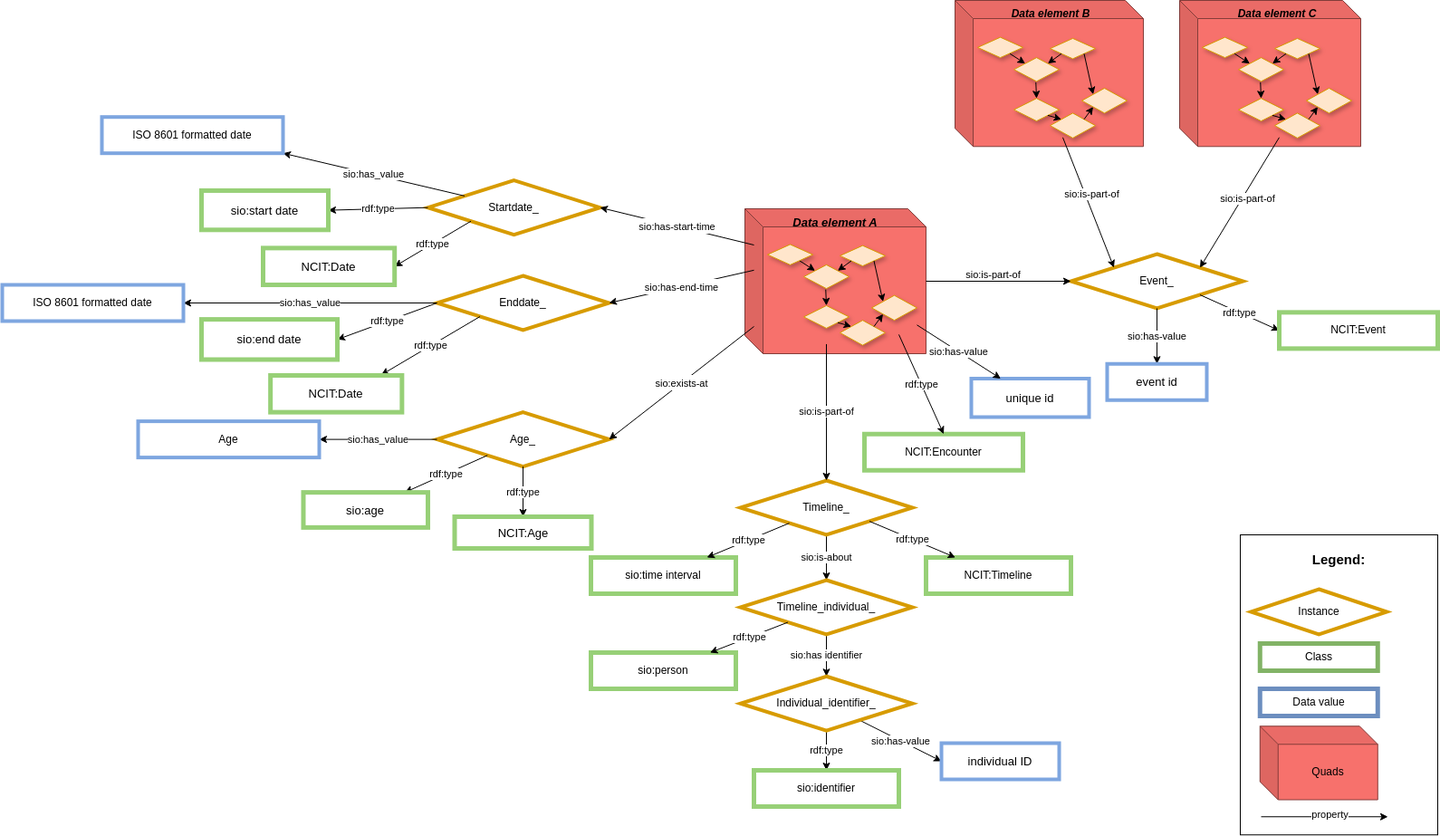
Before: images/CARE-SM-Context.png, a diagram exported from draw.io (CARE-SM/CARE-Semantic-Model). Source tidied: cells renumbered, new cells last; positions are measured from the earlier drawing's top-left corner, leaving out a move shared by most shapes.
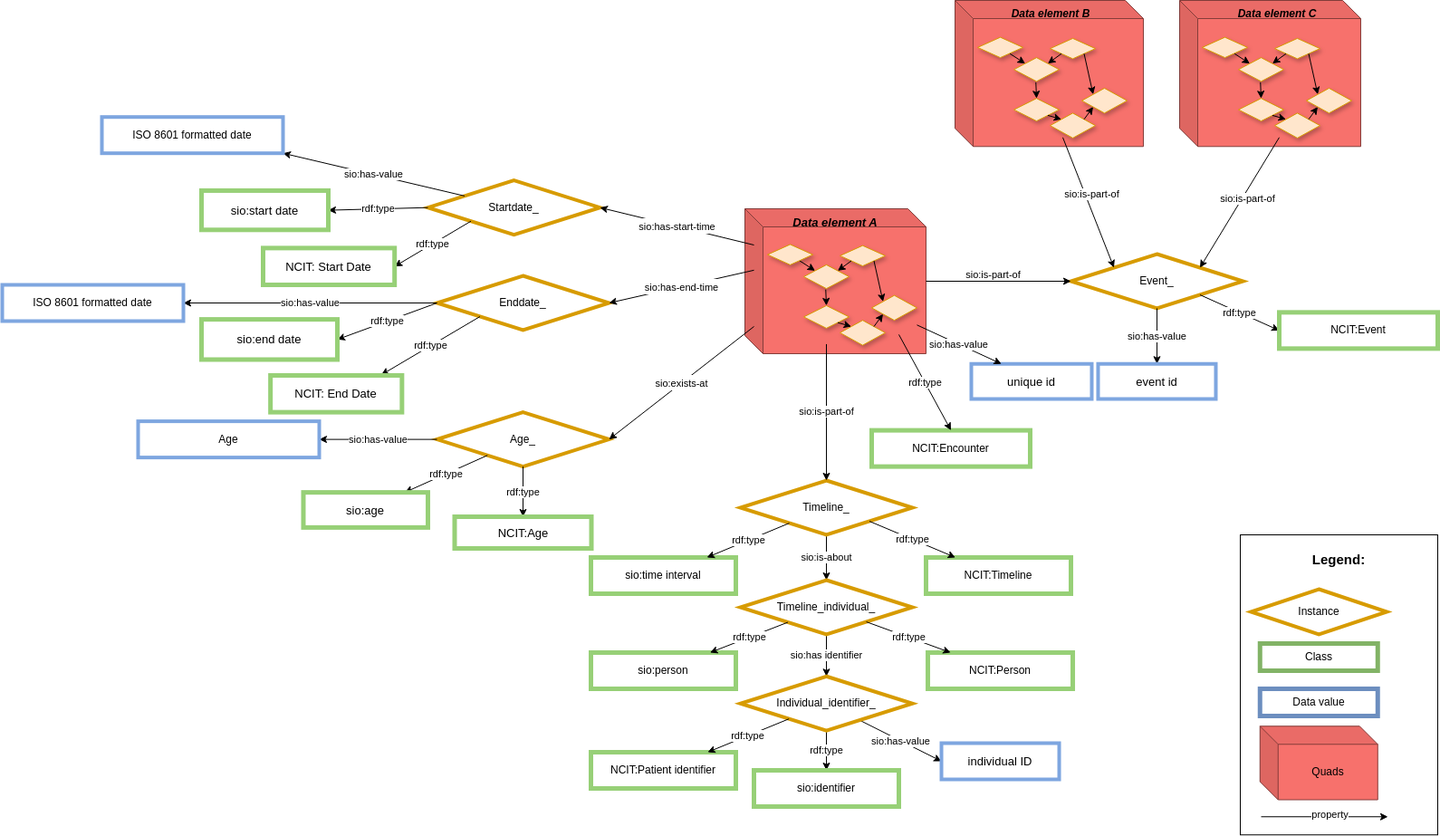
Later version of the same file.

Change to the diagram source:
```diff
@@ -45,16 +45,16 @@
       <mxGeometry x="1020" y="615" width="160" height="40" as="geometry" />
     </mxCell>
     <mxCell id="16" value="NCIT:Encounter" style="whiteSpace=wrap;html=1;fillColor=#FFFFFF;strokeColor=#97D077;strokeWidth=5;" parent="1" vertex="1">
-      <mxGeometry x="952" y="478.8" width="175" height="40" as="geometry" />
+      <mxGeometry x="960" y="474.6" width="175" height="40" as="geometry" />
     </mxCell>
     <mxCell id="17" value="&lt;div&gt;&lt;font size=&quot;2&quot;&gt;unique id&lt;/font&gt;&lt;/div&gt;" style="whiteSpace=wrap;html=1;fillColor=#FFFFFF;strokeColor=#7EA6E0;strokeWidth=4;" parent="1" vertex="1">
-      <mxGeometry x="1070" y="417.5" width="130" height="42.5" as="geometry" />
+      <mxGeometry x="1070" y="401.2" width="133" height="38.8" as="geometry" />
     </mxCell>
     <mxCell id="18" value="sio:has-value" style="edgeStyle=none;rounded=0;jettySize=auto;html=1;entryX=0.5;entryY=0;entryDx=0;entryDy=0;exitX=0.5;exitY=1;exitDx=0;exitDy=0;" parent="1" edge="1" source="10" target="19">
       <mxGeometry relative="1" as="geometry" />
     </mxCell>
     <mxCell id="19" value="&lt;div&gt;&lt;font size=&quot;2&quot;&gt;event id&lt;/font&gt;&lt;/div&gt;" style="whiteSpace=wrap;html=1;fillColor=#FFFFFF;strokeColor=#7EA6E0;strokeWidth=4;" parent="1" vertex="1">
-      <mxGeometry x="1220" y="401.2" width="110" height="40" as="geometry" />
+      <mxGeometry x="1210" y="401.2" width="130" height="38.8" as="geometry" />
     </mxCell>
     <mxCell id="20" value="Age_" style="rhombus;whiteSpace=wrap;html=1;fillColor=#FFFFFF;strokeColor=#D79B00;strokeWidth=4;" parent="1" vertex="1">
       <mxGeometry x="480" y="454.6" width="190" height="60" as="geometry" />
@@ -62,7 +62,7 @@
     <mxCell id="21" value="rdf:type" style="edgeStyle=none;rounded=0;jettySize=auto;html=1;" parent="1" edge="1" source="20" target="24">
       <mxGeometry relative="1" as="geometry" />
     </mxCell>
-    <mxCell id="22" value="sio:has_value" style="edgeStyle=none;rounded=0;jettySize=auto;html=1;entryX=1;entryY=0.5;entryDx=0;entryDy=0;" parent="1" edge="1" source="20" target="23">
+    <mxCell id="22" value="sio:has-value" style="edgeStyle=none;rounded=0;jettySize=auto;html=1;entryX=1;entryY=0.5;entryDx=0;entryDy=0;" parent="1" edge="1" source="20" target="23">
       <mxGeometry relative="1" as="geometry" />
     </mxCell>
     <mxCell id="23" value="Age" style="whiteSpace=wrap;html=1;fillColor=#FFFFFF;strokeColor=#7EA6E0;strokeWidth=4;" parent="1" vertex="1">
@@ -261,13 +261,13 @@
     <mxCell id="85" value="&lt;font size=&quot;2&quot;&gt;sio:end date&lt;/font&gt;" style="whiteSpace=wrap;html=1;fillColor=#FFFFFF;strokeColor=#97D077;strokeWidth=5;imageWidth=24;" parent="1" vertex="1">
       <mxGeometry x="220" y="352.1" width="150" height="44.4" as="geometry" />
     </mxCell>
-    <mxCell id="86" value="sio:has_value" style="edgeStyle=none;rounded=0;jettySize=auto;html=1;entryX=1;entryY=1;entryDx=0;entryDy=0;" parent="1" edge="1" source="80" target="87">
+    <mxCell id="86" value="sio:has-value" style="edgeStyle=none;rounded=0;jettySize=auto;html=1;entryX=1;entryY=1;entryDx=0;entryDy=0;" parent="1" edge="1" source="80" target="87">
       <mxGeometry relative="1" as="geometry" />
     </mxCell>
     <mxCell id="87" value="ISO 8601 formatted date" style="whiteSpace=wrap;html=1;fillColor=#FFFFFF;strokeColor=#7EA6E0;strokeWidth=4;" parent="1" vertex="1">
       <mxGeometry x="110" y="128.7" width="200" height="40" as="geometry" />
     </mxCell>
-    <mxCell id="88" value="sio:has_value" style="edgeStyle=none;rounded=0;jettySize=auto;html=1;exitX=0;exitY=0.5;exitDx=0;exitDy=0;" parent="1" edge="1" source="83" target="89">
+    <mxCell id="88" value="sio:has-value" style="edgeStyle=none;rounded=0;jettySize=auto;html=1;exitX=0;exitY=0.5;exitDx=0;exitDy=0;" parent="1" edge="1" source="83" target="89">
       <mxGeometry relative="1" as="geometry" />
     </mxCell>
     <mxCell id="89" value="ISO 8601 formatted date" style="whiteSpace=wrap;html=1;fillColor=#FFFFFF;strokeColor=#7EA6E0;strokeWidth=4;" parent="1" vertex="1">
@@ -276,13 +276,13 @@
     <mxCell id="90" value="rdf:type" style="edgeStyle=none;rounded=0;jettySize=auto;html=1;entryX=0.842;entryY=-0.014;entryDx=0;entryDy=0;exitX=0;exitY=1;exitDx=0;exitDy=0;entryPerimeter=0;" parent="1" edge="1" source="83" target="91">
       <mxGeometry relative="1" as="geometry" />
     </mxCell>
-    <mxCell id="91" value="&lt;font size=&quot;2&quot;&gt;NCIT:Date&lt;/font&gt;" style="whiteSpace=wrap;html=1;fillColor=#FFFFFF;strokeColor=#97D077;strokeWidth=5;" parent="1" vertex="1">
+    <mxCell id="91" value="&lt;font size=&quot;2&quot;&gt;NCIT: End Date&lt;/font&gt;" style="whiteSpace=wrap;html=1;fillColor=#FFFFFF;strokeColor=#97D077;strokeWidth=5;" parent="1" vertex="1">
       <mxGeometry x="296.2" y="414" width="145.2" height="40.6" as="geometry" />
     </mxCell>
     <mxCell id="92" value="rdf:type" style="edgeStyle=none;rounded=0;jettySize=auto;html=1;entryX=1;entryY=0.5;entryDx=0;entryDy=0;exitX=0;exitY=1;exitDx=0;exitDy=0;" parent="1" edge="1" source="80" target="93">
       <mxGeometry relative="1" as="geometry" />
     </mxCell>
-    <mxCell id="93" value="&lt;font size=&quot;2&quot;&gt;NCIT:Date&lt;/font&gt;" style="whiteSpace=wrap;html=1;fillColor=#FFFFFF;strokeColor=#97D077;strokeWidth=5;" parent="1" vertex="1">
+    <mxCell id="93" value="&lt;font size=&quot;2&quot;&gt;NCIT: Start Date&lt;/font&gt;" style="whiteSpace=wrap;html=1;fillColor=#FFFFFF;strokeColor=#97D077;strokeWidth=5;" parent="1" vertex="1">
       <mxGeometry x="288" y="273.4" width="145.2" height="40.6" as="geometry" />
     </mxCell>
     <mxCell id="94" value="&lt;font style=&quot;font-size: 11px;&quot;&gt;sio:has-start-time&lt;/font&gt;" style="rounded=0;jettySize=auto;html=1;fontSize=14;endSize=6;jumpSize=5;entryX=1;entryY=0.5;entryDx=0;entryDy=0;exitX=0.05;exitY=0.25;exitDx=0;exitDy=0;exitPerimeter=0;" parent="1" edge="1" source="28" target="80">
@@ -313,5 +313,17 @@
     <mxCell id="101" value="Quads" style="shape=cube;whiteSpace=wrap;html=1;boundedLbl=1;backgroundOutline=1;darkOpacity=0.05;darkOpacity2=0.1;fillColor=#F7716C;strokeColor=#853D3A;" parent="1" vertex="1">
       <mxGeometry x="1388.8" y="801.2" width="130" height="81.2" as="geometry" />
     </mxCell>
+    <mxCell id="102" value="NCIT:Person" style="whiteSpace=wrap;html=1;fillColor=#FFFFFF;strokeColor=#97D077;strokeWidth=5;" parent="1" vertex="1">
+      <mxGeometry x="1022" y="720" width="160" height="40" as="geometry" />
+    </mxCell>
+    <mxCell id="103" value="rdf:type" style="rounded=0;jettySize=auto;html=1;" parent="1" edge="1" source="5" target="102">
+      <mxGeometry relative="1" as="geometry" />
+    </mxCell>
+    <mxCell id="104" value="NCIT:Patient identifier" style="whiteSpace=wrap;html=1;fillColor=#FFFFFF;strokeColor=#97D077;strokeWidth=5;" parent="1" vertex="1">
+      <mxGeometry x="650" y="830" width="160" height="40" as="geometry" />
+    </mxCell>
+    <mxCell id="105" value="rdf:type" style="rounded=0;jettySize=auto;html=1;" parent="1" edge="1" source="8" target="104">
+      <mxGeometry relative="1" as="geometry" />
+    </mxCell>
   </root>
 </mxGraphModel>
```
